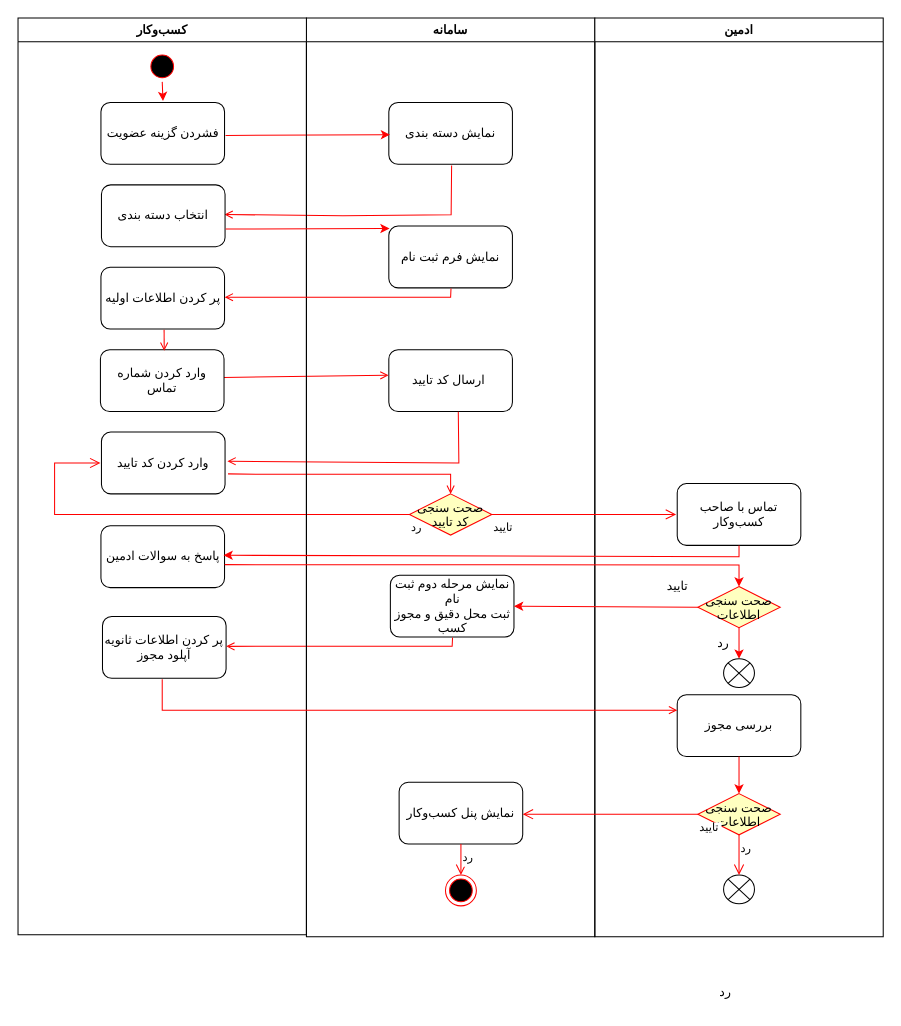
Before: page "ثبت کسب‌وکار" (2 of 3) of LeilaAlaviAD.drawio in 4Tech-IUT/Activity-Diagrams, a draw.io diagram. Source tidied: cells renumbered, new cells numbered last; positions are measured from the earlier drawing's top-left corner, leaving out a move shared by most shapes. Both pictures are drawn from the tidied source at 103%, with x=0, y=0 at pixel (18, 18).
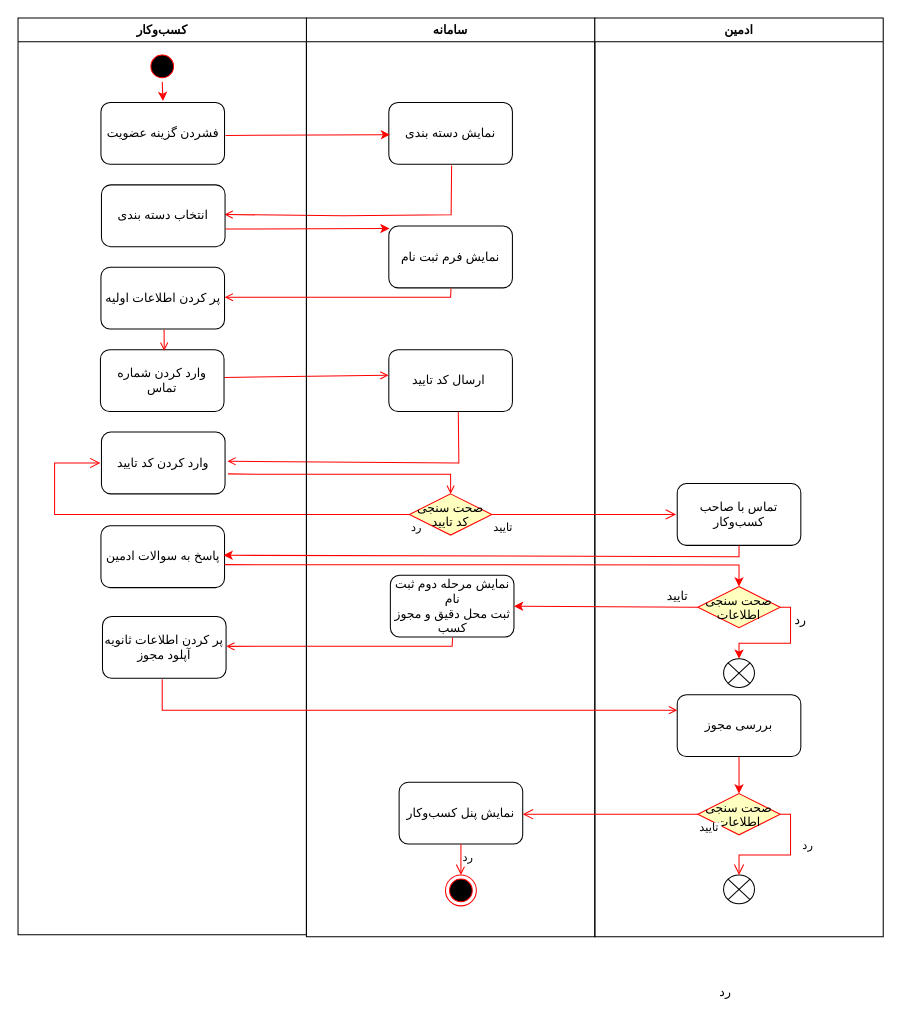
After the change.

Unchanged cells that the change refers to:
```xml
<mxCell id="20" value="ادمین" style="swimlane;whiteSpace=wrap;" parent="1" vertex="1">
  <mxGeometry x="560" width="280" height="892" as="geometry" />
</mxCell>
<mxCell id="21" value="صحت سنجی&#10;اطلاعات" style="rhombus;fillColor=#ffffc0;strokeColor=#ff0000;" parent="20" vertex="1">
  <mxGeometry x="100" y="552" width="80" height="40" as="geometry" />
</mxCell>
<mxCell id="36" style="shape=sumEllipse;perimeter=ellipsePerimeter;whiteSpace=wrap;html=1;backgroundOutline=1;" parent="20" vertex="1">
  <mxGeometry x="125" y="622" width="30" height="28" as="geometry" />
</mxCell>
<mxCell id="38" value="صحت سنجی&#10;اطلاعات" style="rhombus;fillColor=#ffffc0;strokeColor=#ff0000;" parent="20" vertex="1">
  <mxGeometry x="100" y="753" width="80" height="40" as="geometry" />
</mxCell>
<mxCell id="41" style="shape=sumEllipse;perimeter=ellipsePerimeter;whiteSpace=wrap;html=1;backgroundOutline=1;" parent="20" vertex="1">
  <mxGeometry x="125" y="832" width="30" height="28" as="geometry" />
</mxCell>
```

Change to the diagram source:
```diff
@@
-    <mxCell id="23" style="endArrow=classic;html=1;rounded=0;exitX=0.5;exitY=1;exitDx=0;exitDy=0;entryX=0.5;entryY=0;entryDx=0;entryDy=0;strokeColor=#FF0000;" parent="20" edge="1" source="21" target="36">
+    <mxCell id="23" style="endArrow=classic;html=1;rounded=0;exitX=1;exitY=0.5;exitDx=0;exitDy=0;entryX=0.5;entryY=0;entryDx=0;entryDy=0;strokeColor=#FF0000;edgeStyle=orthogonalEdgeStyle;" parent="20" edge="1" source="21" target="36">
       <mxGeometry relative="1" as="geometry" />
     </mxCell>
@@
     <mxCell id="35" value="رد" style="text;html=1;strokeColor=none;fillColor=none;align=center;verticalAlign=middle;whiteSpace=wrap;rounded=0;" parent="20" vertex="1">
-      <mxGeometry x="95" y="592" width="60" height="30" as="geometry" />
+      <mxGeometry x="170" y="570" width="60" height="30" as="geometry" />
     </mxCell>
@@
-    <mxCell id="42" value="رد" style="edgeStyle=elbowEdgeStyle;elbow=horizontal;align=left;verticalAlign=top;endArrow=open;endSize=8;strokeColor=#FF0000;endFill=1;rounded=0;exitX=0.5;exitY=1;exitDx=0;exitDy=0;entryX=0.5;entryY=0;entryDx=0;entryDy=0;" parent="20" edge="1" source="38" target="41">
-      <mxGeometry x="-1" relative="1" as="geometry">
-        <Array as="points">
-          <mxPoint x="140" y="802" />
-          <mxPoint x="-304.5" y="512" />
-          <mxPoint x="-305" y="512" />
-          <mxPoint x="-285" y="502" />
-        </Array>
-      </mxGeometry>
+    <mxCell id="42" value="رد" style="edgeStyle=orthogonalEdgeStyle;elbow=horizontal;align=left;verticalAlign=top;endArrow=open;endSize=8;strokeColor=#FF0000;endFill=1;rounded=0;exitX=1;exitY=0.5;exitDx=0;exitDy=0;entryX=0.5;entryY=0;entryDx=0;entryDy=0;" parent="20" edge="1" source="38" target="41">
+      <mxGeometry x="-0.55" y="10" relative="1" as="geometry" />
     </mxCell>
+    <mxCell id="46" value="تایید" style="text;html=1;align=center;verticalAlign=middle;strokeColor=none;fillColor=none;" parent="20" vertex="1">
+      <mxGeometry x="60" y="547" width="40" height="30" as="geometry" />
+    </mxCell>
@@
-    <mxCell id="46" value="تایید" style="text;html=1;align=center;verticalAlign=middle;strokeColor=none;fillColor=none;" parent="1" vertex="1">
-      <mxGeometry x="620" y="537" width="40" height="30" as="geometry" />
-    </mxCell>
```
